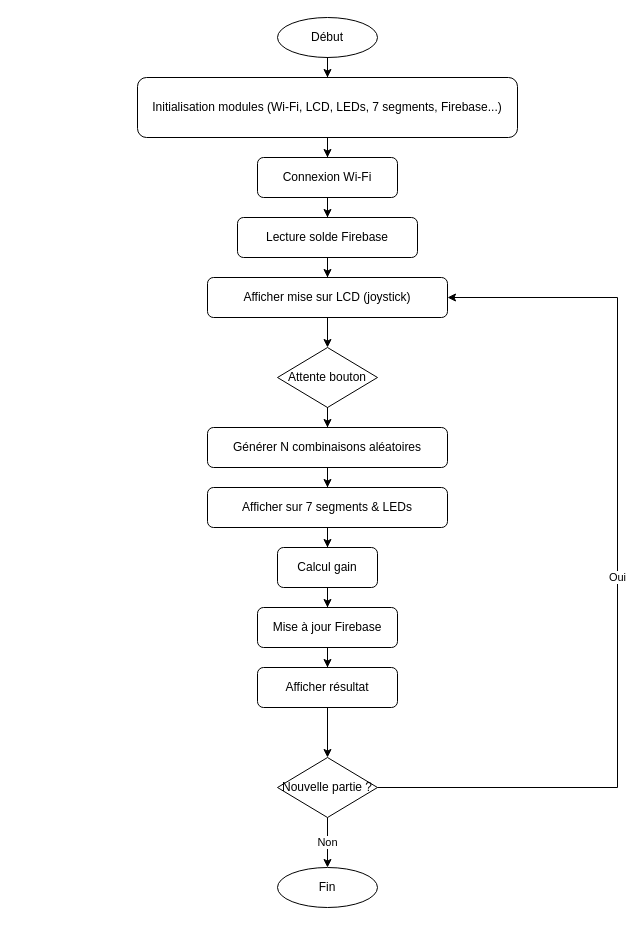
This is ordinogramme.drawio from Saint-Patic/Projet-Elec-2025, a draw.io file, before an edit. Source tidied: cells renumbered, new cells numbered last; positions are measured from the earlier drawing's top-left corner, leaving out a move shared by most shapes. Both pictures are drawn from the tidied source at 100%, with x=0, y=0 at pixel (137, 17).
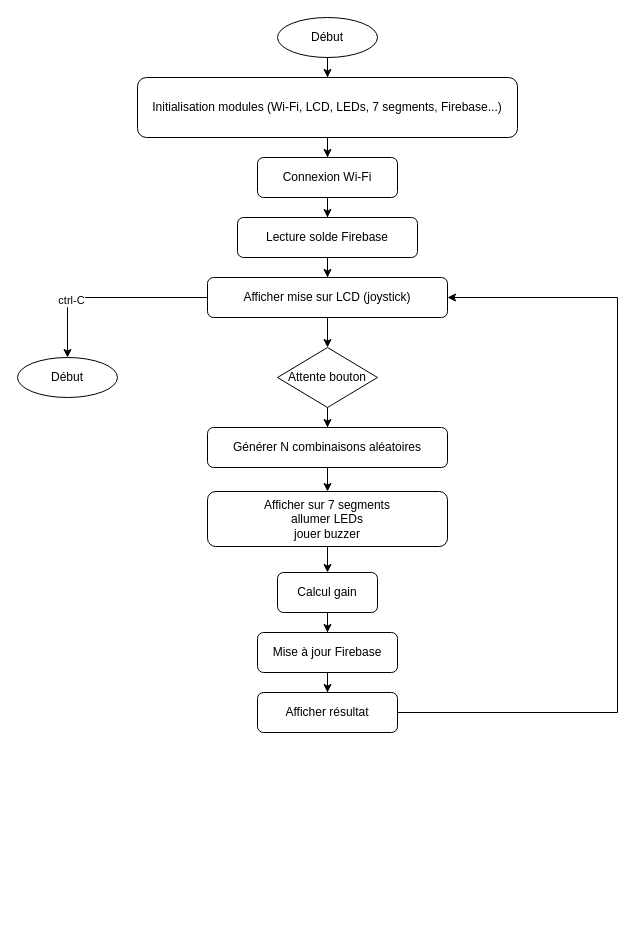
Above is the later version.

The change refers to these unchanged cells:
```xml
<mxCell id="6" value="Afficher mise sur LCD (joystick)" style="rounded=1;whiteSpace=wrap;html=1;" parent="1" vertex="1">
  <mxGeometry x="70" y="260" width="240" height="40" as="geometry" />
</mxCell>
```

Change to the diagram source:
```diff
@@
+    <mxCell id="27" style="edgeStyle=none;html=1;exitX=0;exitY=0.5;exitDx=0;exitDy=0;entryX=0.5;entryY=0;entryDx=0;entryDy=0;" parent="1" edge="1" source="6" target="29">
+      <mxGeometry relative="1" as="geometry">
+        <Array as="points">
+          <mxPoint x="-70" y="280" />
+        </Array>
+      </mxGeometry>
+    </mxCell>
+    <mxCell id="28" value="ctrl-C" style="edgeLabel;html=1;align=center;verticalAlign=middle;" parent="27" vertex="1">
+      <mxGeometry x="0.29" y="-2" relative="1" as="geometry">
+        <mxPoint x="-8" y="4" as="offset" />
+      </mxGeometry>
+    </mxCell>
@@
-    <mxCell id="9" value="Afficher sur 7 segments &amp; LEDs" style="rounded=1;whiteSpace=wrap;html=1;" parent="1" vertex="1">
-      <mxGeometry x="70" y="470" width="240" height="40" as="geometry" />
+    <mxCell id="9" value="Afficher sur 7 segments&lt;div&gt;allumer LEDs&lt;/div&gt;&lt;div&gt;jouer buzzer&lt;/div&gt;" style="rounded=1;whiteSpace=wrap;html=1;" parent="1" vertex="1">
+      <mxGeometry x="70" y="474" width="240" height="55" as="geometry" />
     </mxCell>
     <mxCell id="10" value="Calcul gain" style="rounded=1;whiteSpace=wrap;html=1;" parent="1" vertex="1">
-      <mxGeometry x="140" y="530" width="100" height="40" as="geometry" />
+      <mxGeometry x="140" y="555" width="100" height="40" as="geometry" />
     </mxCell>
     <mxCell id="11" value="Mise à jour Firebase" style="rounded=1;whiteSpace=wrap;html=1;" parent="1" vertex="1">
-      <mxGeometry x="120" y="590" width="140" height="40" as="geometry" />
+      <mxGeometry x="120" y="615" width="140" height="40" as="geometry" />
     </mxCell>
     <mxCell id="12" value="Afficher résultat" style="rounded=1;whiteSpace=wrap;html=1;" parent="1" vertex="1">
-      <mxGeometry x="120" y="650" width="140" height="40" as="geometry" />
+      <mxGeometry x="120" y="675" width="140" height="40" as="geometry" />
     </mxCell>
-    <mxCell id="13" value="Nouvelle partie ?" style="rhombus;whiteSpace=wrap;html=1;" parent="1" vertex="1">
-      <mxGeometry x="140" y="740" width="100" height="60" as="geometry" />
-    </mxCell>
-    <mxCell id="14" value="Fin" style="ellipse;whiteSpace=wrap;html=1;" parent="1" vertex="1">
-      <mxGeometry x="140" y="850" width="100" height="40" as="geometry" />
-    </mxCell>
@@
-    <mxCell id="25" style="edgeStyle=orthogonalEdgeStyle;rounded=0;jettySize=auto;html=1;" parent="1" edge="1" source="12" target="13">
-      <mxGeometry relative="1" as="geometry" />
-    </mxCell>
-    <mxCell id="26" value="Oui" style="edgeStyle=orthogonalEdgeStyle;rounded=0;jettySize=auto;html=1;entryX=1;entryY=0.5;entryDx=0;entryDy=0;" parent="1" edge="1" source="13" target="6">
+    <mxCell id="26" style="edgeStyle=orthogonalEdgeStyle;rounded=0;jettySize=auto;html=1;entryX=1;entryY=0.5;entryDx=0;entryDy=0;exitX=1;exitY=0.5;exitDx=0;exitDy=0;" parent="1" edge="1" source="12" target="6">
       <mxGeometry relative="1" as="geometry">
         <Array as="points">
+          <mxPoint x="480" y="695" />
           <mxPoint x="480" y="280" />
         </Array>
       </mxGeometry>
     </mxCell>
-    <mxCell id="27" value="Non" style="edgeStyle=orthogonalEdgeStyle;rounded=0;jettySize=auto;html=1;" parent="1" edge="1" source="13" target="14">
-      <mxGeometry relative="1" as="geometry">
-        <Array as="points">
-          <mxPoint x="200" y="800" />
-          <mxPoint x="200" y="800" />
-        </Array>
-      </mxGeometry>
-    </mxCell>
+    <mxCell id="29" value="Début" style="ellipse;whiteSpace=wrap;html=1;" parent="1" vertex="1">
+      <mxGeometry x="-120" y="340" width="100" height="40" as="geometry" />
+    </mxCell>
```
